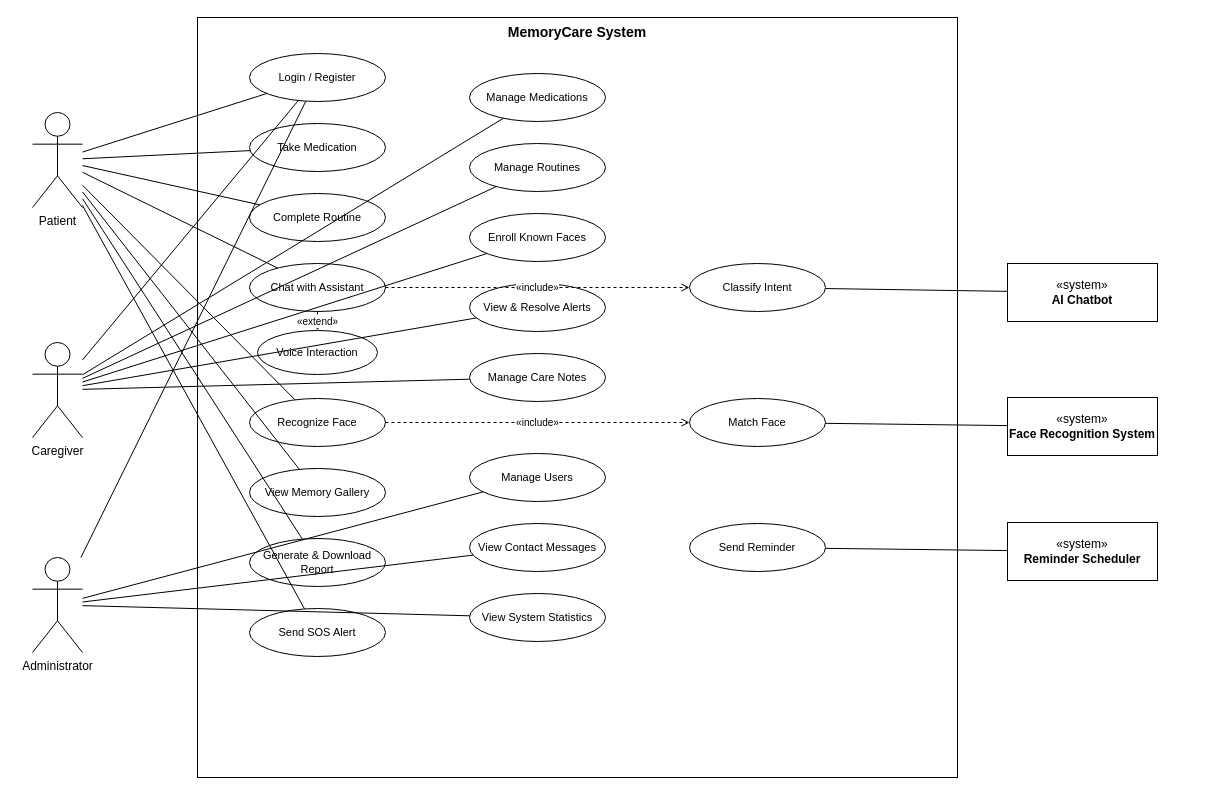
The draw.io diagram docs/diagrams/use-case.drawio.xml in Iraj-Shahzad/memoracare-, before the edit. Source tidied: cells renumbered, new cells numbered last; positions are measured from the earlier drawing's top-left corner, leaving out a move shared by most shapes. Both pictures are drawn from the tidied source at 100%, with x=0, y=0 at pixel (32, 17).
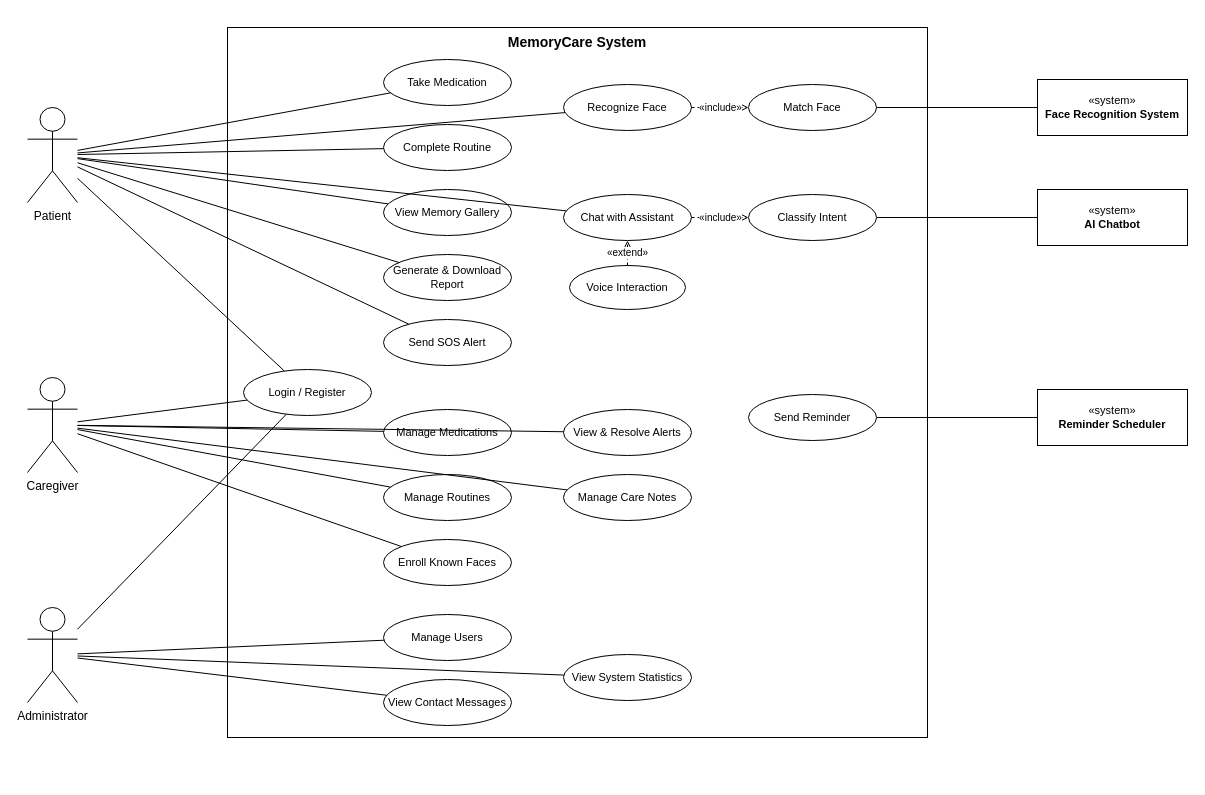
After the change.

Commit message:
docs: use case diagram - banded layout + correct include/extend directions

Diff of the diagram source:
```diff
@@
     <mxCell id="2" value="MemoryCare System" style="rounded=0;whiteSpace=wrap;html=1;verticalAlign=top;fontStyle=1;fontSize=14;" parent="1" vertex="1">
-      <mxGeometry x="165" width="760" height="760" as="geometry" />
+      <mxGeometry x="195" y="10" width="700" height="710" as="geometry" />
     </mxCell>
     <mxCell id="3" value="Patient" style="shape=umlActor;verticalLabelPosition=bottom;verticalAlign=top;html=1;outlineConnect=0;fontSize=12;" parent="1" vertex="1">
-      <mxGeometry y="95" width="50" height="95" as="geometry" />
+      <mxGeometry x="-5" y="90" width="50" height="95" as="geometry" />
     </mxCell>
     <mxCell id="4" value="Caregiver" style="shape=umlActor;verticalLabelPosition=bottom;verticalAlign=top;html=1;outlineConnect=0;fontSize=12;" parent="1" vertex="1">
-      <mxGeometry y="325" width="50" height="95" as="geometry" />
+      <mxGeometry x="-5" y="360" width="50" height="95" as="geometry" />
     </mxCell>
     <mxCell id="5" value="Administrator" style="shape=umlActor;verticalLabelPosition=bottom;verticalAlign=top;html=1;outlineConnect=0;fontSize=12;" parent="1" vertex="1">
-      <mxGeometry y="540" width="50" height="95" as="geometry" />
+      <mxGeometry x="-5" y="590" width="50" height="95" as="geometry" />
     </mxCell>
+    <mxCell id="7" value="«system»&lt;br&gt;&lt;b&gt;Face Recognition System&lt;/b&gt;" style="rounded=0;whiteSpace=wrap;html=1;fontSize=11;" parent="1" vertex="1">
+      <mxGeometry x="1005" y="62" width="150" height="56" as="geometry" />
+    </mxCell>
-    <mxCell id="6" value="«system»&lt;br&gt;&lt;b&gt;AI Chatbot&lt;/b&gt;" style="rounded=0;whiteSpace=wrap;html=1;fontSize=12;" parent="1" vertex="1">
-      <mxGeometry x="975" y="246" width="150" height="58" as="geometry" />
+    <mxCell id="6" value="«system»&lt;br&gt;&lt;b&gt;AI Chatbot&lt;/b&gt;" style="rounded=0;whiteSpace=wrap;html=1;fontSize=11;" parent="1" vertex="1">
+      <mxGeometry x="1005" y="172" width="150" height="56" as="geometry" />
     </mxCell>
-    <mxCell id="7" value="«system»&lt;br&gt;&lt;b&gt;Face Recognition System&lt;/b&gt;" style="rounded=0;whiteSpace=wrap;html=1;fontSize=12;" parent="1" vertex="1">
-      <mxGeometry x="975" y="380" width="150" height="58" as="geometry" />
-    </mxCell>
-    <mxCell id="8" value="«system»&lt;br&gt;&lt;b&gt;Reminder Scheduler&lt;/b&gt;" style="rounded=0;whiteSpace=wrap;html=1;fontSize=12;" parent="1" vertex="1">
-      <mxGeometry x="975" y="505" width="150" height="58" as="geometry" />
+    <mxCell id="8" value="«system»&lt;br&gt;&lt;b&gt;Reminder Scheduler&lt;/b&gt;" style="rounded=0;whiteSpace=wrap;html=1;fontSize=11;" parent="1" vertex="1">
+      <mxGeometry x="1005" y="372" width="150" height="56" as="geometry" />
     </mxCell>
     <mxCell id="9" value="Login / Register" style="ellipse;whiteSpace=wrap;html=1;fontSize=11;" parent="1" vertex="1">
-      <mxGeometry x="217" y="36" width="136" height="48" as="geometry" />
+      <mxGeometry x="211" y="352" width="128" height="46" as="geometry" />
     </mxCell>
     <mxCell id="10" value="Take Medication" style="ellipse;whiteSpace=wrap;html=1;fontSize=11;" parent="1" vertex="1">
-      <mxGeometry x="217" y="106" width="136" height="48" as="geometry" />
+      <mxGeometry x="351" y="42" width="128" height="46" as="geometry" />
     </mxCell>
     <mxCell id="11" value="Complete Routine" style="ellipse;whiteSpace=wrap;html=1;fontSize=11;" parent="1" vertex="1">
-      <mxGeometry x="217" y="176" width="136" height="48" as="geometry" />
+      <mxGeometry x="351" y="107" width="128" height="46" as="geometry" />
     </mxCell>
-    <mxCell id="12" value="Chat with Assistant" style="ellipse;whiteSpace=wrap;html=1;fontSize=11;" parent="1" vertex="1">
-      <mxGeometry x="217" y="246" width="136" height="48" as="geometry" />
-    </mxCell>
-    <mxCell id="13" value="Voice Interaction" style="ellipse;whiteSpace=wrap;html=1;fontSize=11;" parent="1" vertex="1">
-      <mxGeometry x="225" y="313" width="120" height="44" as="geometry" />
-    </mxCell>
-    <mxCell id="14" value="Recognize Face" style="ellipse;whiteSpace=wrap;html=1;fontSize=11;" parent="1" vertex="1">
-      <mxGeometry x="217" y="381" width="136" height="48" as="geometry" />
-    </mxCell>
     <mxCell id="15" value="View Memory Gallery" style="ellipse;whiteSpace=wrap;html=1;fontSize=11;" parent="1" vertex="1">
-      <mxGeometry x="217" y="451" width="136" height="48" as="geometry" />
+      <mxGeometry x="351" y="172" width="128" height="46" as="geometry" />
     </mxCell>
     <mxCell id="16" value="Generate &amp; Download Report" style="ellipse;whiteSpace=wrap;html=1;fontSize=11;" parent="1" vertex="1">
-      <mxGeometry x="217" y="521" width="136" height="48" as="geometry" />
+      <mxGeometry x="351" y="237" width="128" height="46" as="geometry" />
     </mxCell>
     <mxCell id="17" value="Send SOS Alert" style="ellipse;whiteSpace=wrap;html=1;fontSize=11;" parent="1" vertex="1">
-      <mxGeometry x="217" y="591" width="136" height="48" as="geometry" />
+      <mxGeometry x="351" y="302" width="128" height="46" as="geometry" />
     </mxCell>
+    <mxCell id="14" value="Recognize Face" style="ellipse;whiteSpace=wrap;html=1;fontSize=11;" parent="1" vertex="1">
+      <mxGeometry x="531" y="67" width="128" height="46" as="geometry" />
+    </mxCell>
+    <mxCell id="12" value="Chat with Assistant" style="ellipse;whiteSpace=wrap;html=1;fontSize=11;" parent="1" vertex="1">
+      <mxGeometry x="531" y="177" width="128" height="46" as="geometry" />
+    </mxCell>
+    <mxCell id="13" value="Voice Interaction" style="ellipse;whiteSpace=wrap;html=1;fontSize=11;" parent="1" vertex="1">
+      <mxGeometry x="537" y="248" width="116" height="44" as="geometry" />
+    </mxCell>
+    <mxCell id="27" value="Match Face" style="ellipse;whiteSpace=wrap;html=1;fontSize=11;" parent="1" vertex="1">
+      <mxGeometry x="716" y="67" width="128" height="46" as="geometry" />
+    </mxCell>
+    <mxCell id="26" value="Classify Intent" style="ellipse;whiteSpace=wrap;html=1;fontSize=11;" parent="1" vertex="1">
+      <mxGeometry x="716" y="177" width="128" height="46" as="geometry" />
+    </mxCell>
+    <mxCell id="28" value="Send Reminder" style="ellipse;whiteSpace=wrap;html=1;fontSize=11;" parent="1" vertex="1">
+      <mxGeometry x="716" y="377" width="128" height="46" as="geometry" />
+    </mxCell>
     <mxCell id="18" value="Manage Medications" style="ellipse;whiteSpace=wrap;html=1;fontSize=11;" parent="1" vertex="1">
-      <mxGeometry x="437" y="56" width="136" height="48" as="geometry" />
+      <mxGeometry x="351" y="392" width="128" height="46" as="geometry" />
     </mxCell>
     <mxCell id="19" value="Manage Routines" style="ellipse;whiteSpace=wrap;html=1;fontSize=11;" parent="1" vertex="1">
-      <mxGeometry x="437" y="126" width="136" height="48" as="geometry" />
+      <mxGeometry x="351" y="457" width="128" height="46" as="geometry" />
     </mxCell>
     <mxCell id="20" value="Enroll Known Faces" style="ellipse;whiteSpace=wrap;html=1;fontSize=11;" parent="1" vertex="1">
-      <mxGeometry x="437" y="196" width="136" height="48" as="geometry" />
+      <mxGeometry x="351" y="522" width="128" height="46" as="geometry" />
     </mxCell>
     <mxCell id="21" value="View &amp; Resolve Alerts" style="ellipse;whiteSpace=wrap;html=1;fontSize=11;" parent="1" vertex="1">
-      <mxGeometry x="437" y="266" width="136" height="48" as="geometry" />
+      <mxGeometry x="531" y="392" width="128" height="46" as="geometry" />
     </mxCell>
     <mxCell id="22" value="Manage Care Notes" style="ellipse;whiteSpace=wrap;html=1;fontSize=11;" parent="1" vertex="1">
-      <mxGeometry x="437" y="336" width="136" height="48" as="geometry" />
+      <mxGeometry x="531" y="457" width="128" height="46" as="geometry" />
     </mxCell>
     <mxCell id="23" value="Manage Users" style="ellipse;whiteSpace=wrap;html=1;fontSize=11;" parent="1" vertex="1">
-      <mxGeometry x="437" y="436" width="136" height="48" as="geometry" />
+      <mxGeometry x="351" y="597" width="128" height="46" as="geometry" />
     </mxCell>
     <mxCell id="24" value="View Contact Messages" style="ellipse;whiteSpace=wrap;html=1;fontSize=11;" parent="1" vertex="1">
-      <mxGeometry x="437" y="506" width="136" height="48" as="geometry" />
+      <mxGeometry x="351" y="662" width="128" height="46" as="geometry" />
     </mxCell>
     <mxCell id="25" value="View System Statistics" style="ellipse;whiteSpace=wrap;html=1;fontSize=11;" parent="1" vertex="1">
-      <mxGeometry x="437" y="576" width="136" height="48" as="geometry" />
+      <mxGeometry x="531" y="637" width="128" height="46" as="geometry" />
     </mxCell>
-    <mxCell id="26" value="Classify Intent" style="ellipse;whiteSpace=wrap;html=1;fontSize=11;" parent="1" vertex="1">
-      <mxGeometry x="657" y="246" width="136" height="48" as="geometry" />
-    </mxCell>
-    <mxCell id="27" value="Match Face" style="ellipse;whiteSpace=wrap;html=1;fontSize=11;" parent="1" vertex="1">
-      <mxGeometry x="657" y="381" width="136" height="48" as="geometry" />
-    </mxCell>
-    <mxCell id="28" value="Send Reminder" style="ellipse;whiteSpace=wrap;html=1;fontSize=11;" parent="1" vertex="1">
-      <mxGeometry x="657" y="506" width="136" height="48" as="geometry" />
-    </mxCell>
@@
-    <mxCell id="32" style="endArrow=none;html=1;" parent="1" edge="1" source="3" target="12">
+    <mxCell id="32" style="endArrow=none;html=1;" parent="1" edge="1" source="3" target="15">
       <mxGeometry relative="1" as="geometry" />
     </mxCell>
-    <mxCell id="33" style="endArrow=none;html=1;" parent="1" edge="1" source="3" target="14">
+    <mxCell id="33" style="endArrow=none;html=1;" parent="1" edge="1" source="3" target="16">
       <mxGeometry relative="1" as="geometry" />
     </mxCell>
-    <mxCell id="34" style="endArrow=none;html=1;" parent="1" edge="1" source="3" target="15">
+    <mxCell id="34" style="endArrow=none;html=1;" parent="1" edge="1" source="3" target="17">
       <mxGeometry relative="1" as="geometry" />
     </mxCell>
-    <mxCell id="35" style="endArrow=none;html=1;" parent="1" edge="1" source="3" target="16">
+    <mxCell id="35" style="endArrow=none;html=1;" parent="1" edge="1" source="3" target="14">
       <mxGeometry relative="1" as="geometry" />
     </mxCell>
-    <mxCell id="36" style="endArrow=none;html=1;" parent="1" edge="1" source="3" target="17">
+    <mxCell id="36" style="endArrow=none;html=1;" parent="1" edge="1" source="3" target="12">
       <mxGeometry relative="1" as="geometry" />
     </mxCell>
@@
-    <mxCell id="47" style="endArrow=none;html=1;" parent="1" edge="1" source="6" target="26">
+    <mxCell id="47" style="endArrow=none;html=1;" parent="1" edge="1" source="7" target="27">
       <mxGeometry relative="1" as="geometry" />
     </mxCell>
-    <mxCell id="48" style="endArrow=none;html=1;" parent="1" edge="1" source="7" target="27">
+    <mxCell id="48" style="endArrow=none;html=1;" parent="1" edge="1" source="6" target="26">
       <mxGeometry relative="1" as="geometry" />
     </mxCell>
@@
-    <mxCell id="52" value="«extend»" style="endArrow=open;dashed=1;html=1;fontSize=10;" parent="1" edge="1" source="12" target="13">
+    <mxCell id="52" value="«extend»" style="endArrow=open;dashed=1;html=1;fontSize=10;" parent="1" edge="1" source="13" target="12">
       <mxGeometry relative="1" as="geometry" />
     </mxCell>
```
